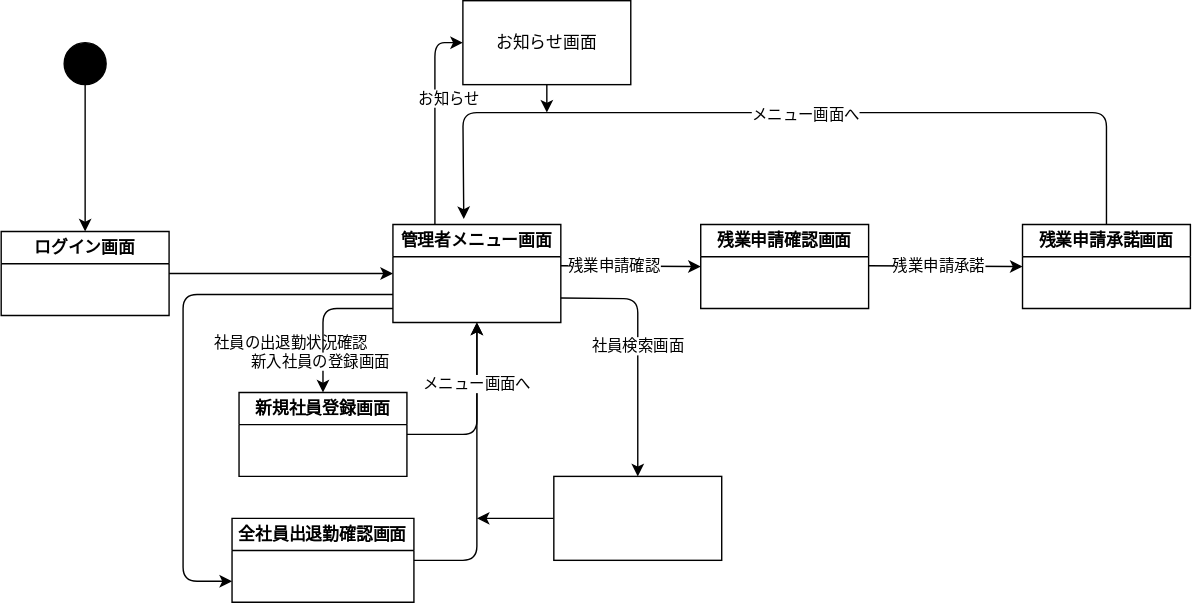
Before: pro管理者.drawio.svg, a diagram exported from draw.io (hosoya0503/uml-intro). Source tidied: cells renumbered, new cells last; positions are measured from the earlier drawing's top-left corner, leaving out a move shared by most shapes.
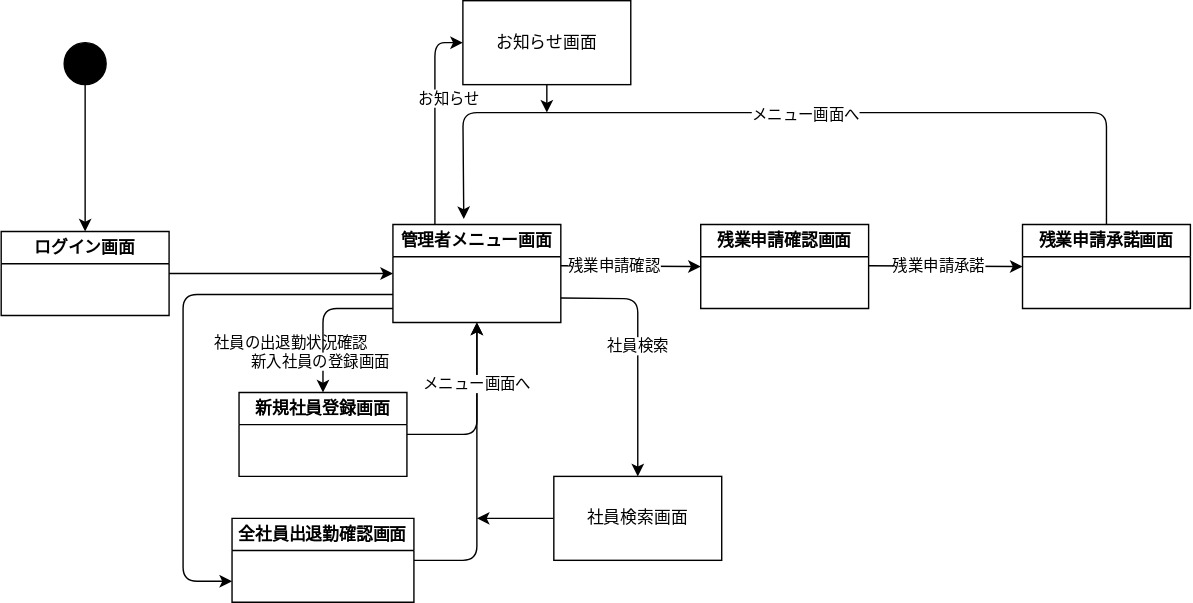
Later version of the same file.

The edit, as a diff of the source:
```diff
@@ -42,14 +42,16 @@
         </Array>
       </mxGeometry>
     </mxCell>
-    <mxCell id="9" style="edgeStyle=none;html=1;exitX=1;exitY=0.75;exitDx=0;exitDy=0;entryX=0.5;entryY=0;entryDx=0;entryDy=0;" parent="1" edge="1" source="11" target="30">
+    <mxCell id="9" style="edgeStyle=none;html=1;exitX=1;exitY=0.75;exitDx=0;exitDy=0;entryX=0.5;entryY=0;entryDx=0;entryDy=0;" parent="1" edge="1">
       <mxGeometry relative="1" as="geometry">
+        <mxPoint x="400" y="212.5" as="sourcePoint" />
+        <mxPoint x="455" y="340" as="targetPoint" />
         <Array as="points">
           <mxPoint x="455" y="213" />
         </Array>
       </mxGeometry>
     </mxCell>
-    <mxCell id="10" value="社員検索画面" style="edgeLabel;html=1;align=center;verticalAlign=middle;" parent="9" vertex="1">
+    <mxCell id="10" value="社員検索" style="edgeLabel;html=1;align=center;verticalAlign=middle;" parent="9" vertex="1">
       <mxGeometry x="-0.03" y="-1" relative="1" as="geometry" />
     </mxCell>
     <mxCell id="11" value="管理者メニュー画面" style="swimlane;whiteSpace=wrap;html=1;" parent="1" vertex="1">
@@ -133,7 +135,7 @@
         <mxPoint x="340" y="370" as="targetPoint" />
       </mxGeometry>
     </mxCell>
-    <mxCell id="30" style="rounded=0;whiteSpace=wrap;html=1;" parent="1" vertex="1">
+    <mxCell id="30" value="社員検索画面" style="rounded=0;whiteSpace=wrap;html=1;" parent="1" vertex="1">
       <mxGeometry x="395" y="340" width="120" height="60" as="geometry" />
     </mxCell>
   </root>
```
